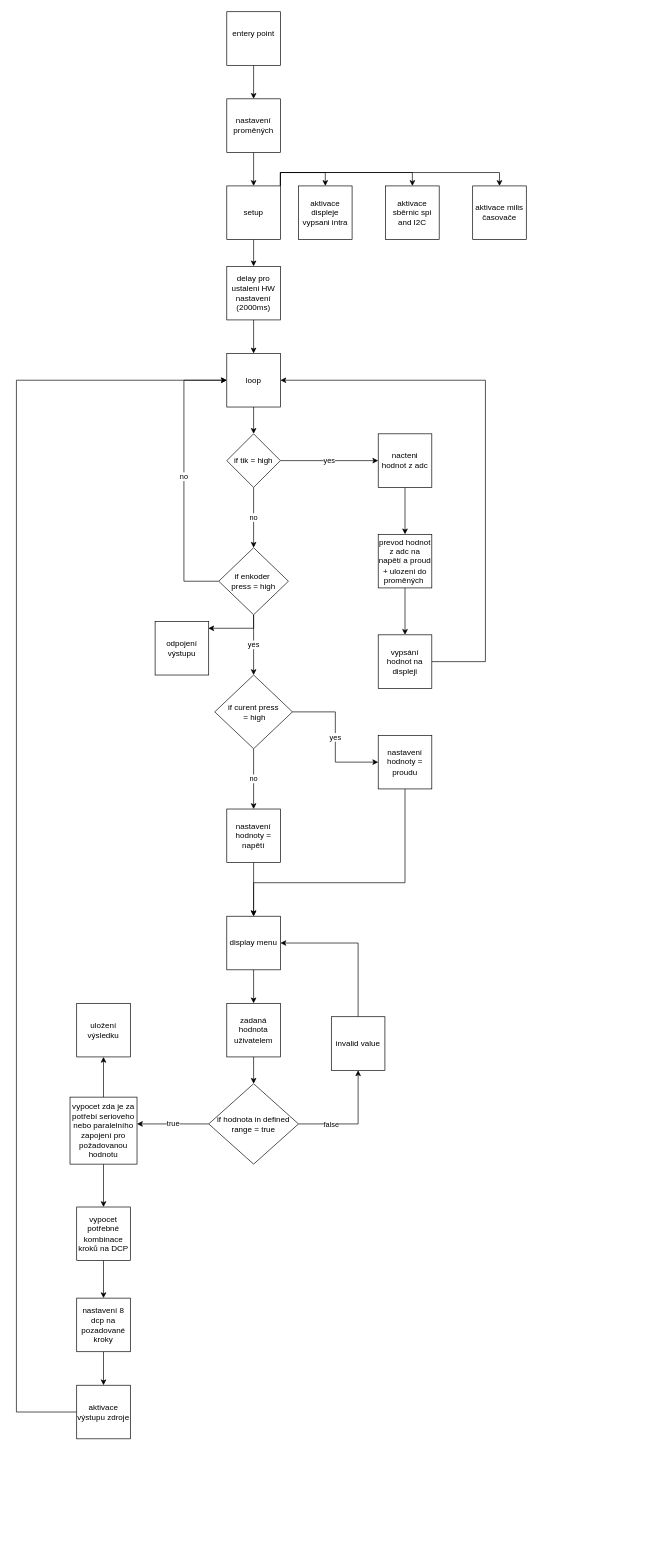
Before: prubezna kontrola/program/prubezny diagram.drawio in ANToNyS21/DMP2025, a draw.io diagram. Source tidied: cells renumbered, new cells numbered last; positions are measured from the earlier drawing's top-left corner, leaving out a move shared by most shapes. Both pictures are drawn from the tidied source at 67%, with x=0, y=0 at pixel (16, 11).
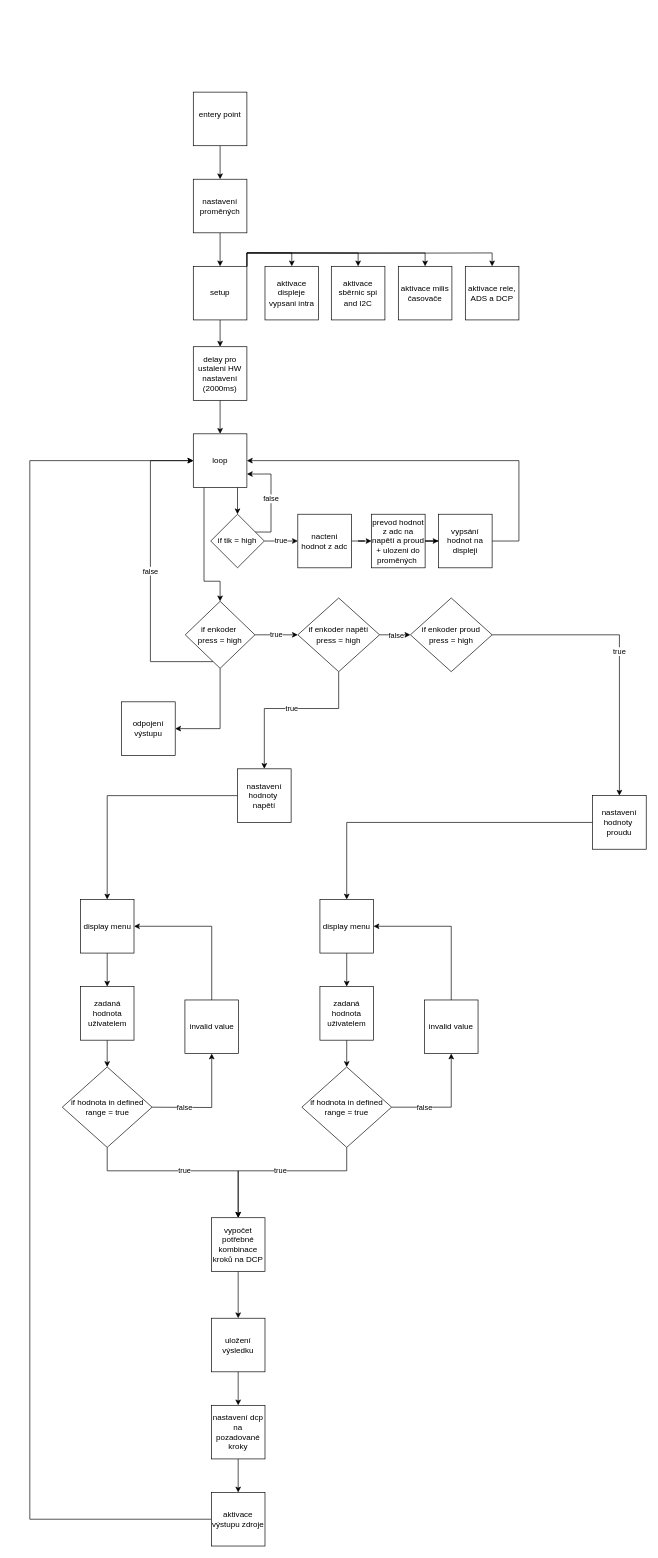
After the change.

The edit, as a diff of the source:
```diff
@@
     <mxCell id="3" value="entery point&lt;div&gt;&lt;br&gt;&lt;/div&gt;" style="whiteSpace=wrap;html=1;" parent="1" vertex="1">
-      <mxGeometry x="314" width="80" height="80" as="geometry" />
+      <mxGeometry x="264" y="120" width="80" height="80" as="geometry" />
     </mxCell>
@@
     <mxCell id="8" value="set&lt;span style=&quot;background-color: initial;&quot;&gt;up&lt;/span&gt;" style="whiteSpace=wrap;html=1;" parent="1" vertex="1">
-      <mxGeometry x="314" y="260" width="80" height="80" as="geometry" />
+      <mxGeometry x="264" y="380" width="80" height="80" as="geometry" />
     </mxCell>
     <mxCell id="9" value="aktivace displeje&lt;div&gt;vypsani intra&lt;/div&gt;" style="whiteSpace=wrap;html=1;" parent="1" vertex="1">
-      <mxGeometry x="421" y="260" width="80" height="80" as="geometry" />
+      <mxGeometry x="371" y="380" width="80" height="80" as="geometry" />
     </mxCell>
     <mxCell id="10" value="aktivace sběrnic spi and I2C" style="whiteSpace=wrap;html=1;" parent="1" vertex="1">
-      <mxGeometry x="551" y="260" width="80" height="80" as="geometry" />
+      <mxGeometry x="470" y="380" width="80" height="80" as="geometry" />
     </mxCell>
@@
     <mxCell id="12" value="delay pro ustaleni HW nastavení&lt;div&gt;(2000ms)&lt;/div&gt;" style="whiteSpace=wrap;html=1;" parent="1" vertex="1">
-      <mxGeometry x="314" y="380" width="80" height="80" as="geometry" />
+      <mxGeometry x="264" y="500" width="80" height="80" as="geometry" />
     </mxCell>
     <mxCell id="13" value="aktivace milis časovače" style="whiteSpace=wrap;html=1;" parent="1" vertex="1">
-      <mxGeometry x="681" y="260" width="80" height="80" as="geometry" />
+      <mxGeometry x="570" y="380" width="80" height="80" as="geometry" />
     </mxCell>
@@
     <mxCell id="15" value="nastavení proměných" style="whiteSpace=wrap;html=1;" parent="1" vertex="1">
-      <mxGeometry x="314" y="130" width="80" height="80" as="geometry" />
+      <mxGeometry x="264" y="250" width="80" height="80" as="geometry" />
     </mxCell>
     <mxCell id="16" style="edgeStyle=orthogonalEdgeStyle;rounded=0;jettySize=auto;html=1;" parent="1" edge="1" source="17" target="20">
-      <mxGeometry relative="1" as="geometry" />
+      <mxGeometry relative="1" as="geometry">
+        <Array as="points">
+          <mxPoint x="330" y="720" />
+          <mxPoint x="330" y="720" />
+        </Array>
+      </mxGeometry>
     </mxCell>
+    <mxCell id="59" style="edgeStyle=orthogonalEdgeStyle;rounded=0;jettySize=auto;html=1;entryX=0.5;entryY=0;entryDx=0;entryDy=0;" parent="1" edge="1" source="17" target="30">
+      <mxGeometry relative="1" as="geometry">
+        <Array as="points">
+          <mxPoint x="280" y="850" />
+          <mxPoint x="304" y="850" />
+        </Array>
+      </mxGeometry>
+    </mxCell>
     <mxCell id="17" value="loop" style="whiteSpace=wrap;html=1;" parent="1" vertex="1">
-      <mxGeometry x="314" y="510" width="80" height="80" as="geometry" />
+      <mxGeometry x="264" y="630" width="80" height="80" as="geometry" />
     </mxCell>
-    <mxCell id="18" value="yes" style="edgeStyle=orthogonalEdgeStyle;rounded=0;jettySize=auto;html=1;" parent="1" edge="1" source="20" target="22">
+    <mxCell id="18" value="true" style="edgeStyle=orthogonalEdgeStyle;rounded=0;jettySize=auto;html=1;" parent="1" edge="1" source="20" target="22">
       <mxGeometry relative="1" as="geometry" />
     </mxCell>
-    <mxCell id="19" value="no" style="edgeStyle=orthogonalEdgeStyle;rounded=0;jettySize=auto;html=1;" parent="1" edge="1" source="20" target="30">
-      <mxGeometry relative="1" as="geometry" />
+    <mxCell id="19" value="false" style="edgeStyle=orthogonalEdgeStyle;rounded=0;jettySize=auto;html=1;entryX=1;entryY=0.75;entryDx=0;entryDy=0;exitX=0.818;exitY=0.332;exitDx=0;exitDy=0;exitPerimeter=0;" parent="1" edge="1" source="20" target="17">
+      <mxGeometry relative="1" as="geometry">
+        <Array as="points">
+          <mxPoint x="380" y="777" />
+          <mxPoint x="380" y="690" />
+        </Array>
+      </mxGeometry>
     </mxCell>
     <mxCell id="20" value="if tik = high" style="rhombus;whiteSpace=wrap;html=1;" parent="1" vertex="1">
-      <mxGeometry x="314" y="630" width="80" height="80" as="geometry" />
+      <mxGeometry x="290" y="750" width="80" height="80" as="geometry" />
     </mxCell>
@@
     <mxCell id="22" value="nacteni hodnot z adc" style="whiteSpace=wrap;html=1;" parent="1" vertex="1">
-      <mxGeometry x="540" y="630" width="80" height="80" as="geometry" />
+      <mxGeometry x="420" y="750" width="80" height="80" as="geometry" />
     </mxCell>
@@
     <mxCell id="24" value="prevod hodnot z adc na napětí a proud + ulozeni do proměných&amp;nbsp;" style="whiteSpace=wrap;html=1;" parent="1" vertex="1">
-      <mxGeometry x="540" y="780" width="80" height="80" as="geometry" />
+      <mxGeometry x="530" y="750" width="80" height="80" as="geometry" />
     </mxCell>
     <mxCell id="25" style="edgeStyle=orthogonalEdgeStyle;rounded=0;jettySize=auto;html=1;entryX=1;entryY=0.5;entryDx=0;entryDy=0;" parent="1" edge="1" source="26" target="17">
       <mxGeometry relative="1" as="geometry">
         <Array as="points">
-          <mxPoint x="700" y="970" />
-          <mxPoint x="700" y="550" />
+          <mxPoint x="750" y="790" />
+          <mxPoint x="750" y="670" />
         </Array>
       </mxGeometry>
     </mxCell>
     <mxCell id="26" value="vypsání hodnot na displeji" style="whiteSpace=wrap;html=1;" parent="1" vertex="1">
-      <mxGeometry x="540" y="930" width="80" height="80" as="geometry" />
+      <mxGeometry x="630" y="750" width="80" height="80" as="geometry" />
     </mxCell>
-    <mxCell id="27" value="no" style="edgeStyle=orthogonalEdgeStyle;rounded=0;jettySize=auto;html=1;entryX=0;entryY=0.5;entryDx=0;entryDy=0;" parent="1" edge="1" source="30" target="17">
+    <mxCell id="27" value="false" style="edgeStyle=orthogonalEdgeStyle;rounded=0;jettySize=auto;html=1;entryX=0;entryY=0.5;entryDx=0;entryDy=0;" parent="1" edge="1" source="30" target="17">
       <mxGeometry relative="1" as="geometry">
         <Array as="points">
-          <mxPoint x="250" y="850" />
-          <mxPoint x="250" y="550" />
+          <mxPoint x="200" y="970" />
+          <mxPoint x="200" y="670" />
         </Array>
       </mxGeometry>
     </mxCell>
-    <mxCell id="28" value="yes" style="edgeStyle=orthogonalEdgeStyle;rounded=0;jettySize=auto;html=1;" parent="1" edge="1" source="30" target="33">
+    <mxCell id="28" value="true" style="edgeStyle=orthogonalEdgeStyle;rounded=0;jettySize=auto;html=1;entryX=0;entryY=0.5;entryDx=0;entryDy=0;" parent="1" edge="1" source="30" target="69">
       <mxGeometry relative="1" as="geometry" />
     </mxCell>
-    <mxCell id="29" style="edgeStyle=orthogonalEdgeStyle;rounded=0;jettySize=auto;html=1;entryX=0.993;entryY=0.128;entryDx=0;entryDy=0;entryPerimeter=0;" parent="1" edge="1" source="30" target="54">
+    <mxCell id="29" style="edgeStyle=orthogonalEdgeStyle;rounded=0;jettySize=auto;html=1;entryX=1;entryY=0.5;entryDx=0;entryDy=0;" parent="1" edge="1" source="30" target="54">
       <mxGeometry relative="1" as="geometry">
         <Array as="points">
-          <mxPoint x="354" y="920" />
-          <mxPoint x="286" y="920" />
+          <mxPoint x="304" y="1070" />
         </Array>
       </mxGeometry>
     </mxCell>
     <mxCell id="30" value="if enkoder&amp;nbsp;&lt;div&gt;press = high&lt;/div&gt;" style="rhombus;whiteSpace=wrap;html=1;" parent="1" vertex="1">
-      <mxGeometry x="302" y="800" width="104" height="100" as="geometry" />
+      <mxGeometry x="252" y="880" width="104" height="100" as="geometry" />
     </mxCell>
-    <mxCell id="31" value="yes" style="edgeStyle=orthogonalEdgeStyle;rounded=0;jettySize=auto;html=1;exitX=1;exitY=0.5;exitDx=0;exitDy=0;entryX=0;entryY=0.5;entryDx=0;entryDy=0;" parent="1" edge="1" source="33" target="35">
-      <mxGeometry relative="1" as="geometry" />
-    </mxCell>
-    <mxCell id="32" value="no" style="edgeStyle=orthogonalEdgeStyle;rounded=0;jettySize=auto;html=1;" parent="1" edge="1" source="33">
-      <mxGeometry relative="1" as="geometry">
-        <mxPoint x="354" y="1190" as="targetPoint" />
-      </mxGeometry>
-    </mxCell>
-    <mxCell id="33" value="if curent press&lt;div&gt;&amp;nbsp;= high&lt;/div&gt;" style="rhombus;whiteSpace=wrap;html=1;" parent="1" vertex="1">
-      <mxGeometry x="296" y="990" width="116" height="110" as="geometry" />
-    </mxCell>
-    <mxCell id="34" style="edgeStyle=orthogonalEdgeStyle;rounded=0;jettySize=auto;html=1;" parent="1" edge="1" source="35" target="37">
-      <mxGeometry relative="1" as="geometry">
-        <Array as="points">
-          <mxPoint x="580" y="1300" />
-          <mxPoint x="354" y="1300" />
-        </Array>
-      </mxGeometry>
-    </mxCell>
+    <mxCell id="60" style="edgeStyle=orthogonalEdgeStyle;rounded=0;jettySize=auto;html=1;entryX=0.5;entryY=0;entryDx=0;entryDy=0;" parent="1" edge="1" source="35" target="73">
+      <mxGeometry relative="1" as="geometry" />
+    </mxCell>
-    <mxCell id="35" value="nastavení hodnoty = proudu" style="whiteSpace=wrap;html=1;" parent="1" vertex="1">
-      <mxGeometry x="540" y="1080" width="80" height="80" as="geometry" />
+    <mxCell id="35" value="nastavení hodnoty&amp;nbsp; proudu" style="whiteSpace=wrap;html=1;" parent="1" vertex="1">
+      <mxGeometry x="860" y="1170" width="80" height="80" as="geometry" />
     </mxCell>
@@
     <mxCell id="37" value="display menu" style="whiteSpace=wrap;html=1;" parent="1" vertex="1">
-      <mxGeometry x="314" y="1350" width="80" height="80" as="geometry" />
+      <mxGeometry x="95.5" y="1325" width="80" height="80" as="geometry" />
     </mxCell>
@@
-    <mxCell id="39" value="nastavení hodnoty = napětí" style="whiteSpace=wrap;html=1;" parent="1" vertex="1">
-      <mxGeometry x="314" y="1190" width="80" height="80" as="geometry" />
+    <mxCell id="39" value="nastavení hodnoty&amp;nbsp; napětí" style="whiteSpace=wrap;html=1;" parent="1" vertex="1">
+      <mxGeometry x="330" y="1130" width="80" height="80" as="geometry" />
     </mxCell>
-    <mxCell id="40" style="edgeStyle=orthogonalEdgeStyle;rounded=0;jettySize=auto;html=1;" parent="1" edge="1" source="41" target="45">
-      <mxGeometry relative="1" as="geometry" />
+    <mxCell id="40" style="edgeStyle=orthogonalEdgeStyle;rounded=0;jettySize=auto;html=1;" parent="1" edge="1" source="41">
+      <mxGeometry relative="1" as="geometry">
+        <mxPoint x="135.5" y="1575" as="targetPoint" />
+      </mxGeometry>
     </mxCell>
     <mxCell id="41" value="zadaná hodnota uživatelem" style="whiteSpace=wrap;html=1;" parent="1" vertex="1">
-      <mxGeometry x="314" y="1480" width="80" height="80" as="geometry" />
+      <mxGeometry x="95.5" y="1455" width="80" height="80" as="geometry" />
     </mxCell>
-    <mxCell id="42" style="edgeStyle=orthogonalEdgeStyle;rounded=0;jettySize=auto;html=1;entryX=0.5;entryY=1;entryDx=0;entryDy=0;" parent="1" edge="1" source="45" target="47">
-      <mxGeometry relative="1" as="geometry" />
+    <mxCell id="42" style="edgeStyle=orthogonalEdgeStyle;rounded=0;jettySize=auto;html=1;entryX=0.5;entryY=1;entryDx=0;entryDy=0;" parent="1" edge="1" target="47">
+      <mxGeometry relative="1" as="geometry">
+        <mxPoint x="202.5" y="1635" as="sourcePoint" />
+      </mxGeometry>
     </mxCell>
@@
-    <mxCell id="44" value="true" style="edgeStyle=orthogonalEdgeStyle;rounded=0;jettySize=auto;html=1;exitX=0;exitY=0.5;exitDx=0;exitDy=0;" parent="1" edge="1" source="45">
-      <mxGeometry relative="1" as="geometry">
-        <mxPoint x="180" y="1660" as="targetPoint" />
-      </mxGeometry>
-    </mxCell>
+    <mxCell id="61" value="true" style="edgeStyle=orthogonalEdgeStyle;rounded=0;jettySize=auto;html=1;entryX=0.5;entryY=0;entryDx=0;entryDy=0;" parent="1" edge="1" source="45" target="53">
+      <mxGeometry relative="1" as="geometry">
+        <Array as="points">
+          <mxPoint x="135" y="1730" />
+          <mxPoint x="331" y="1730" />
+        </Array>
+      </mxGeometry>
+    </mxCell>
     <mxCell id="45" value="if hodnota in defined range = true" style="rhombus;whiteSpace=wrap;html=1;" parent="1" vertex="1">
-      <mxGeometry x="287" y="1600" width="134" height="120" as="geometry" />
+      <mxGeometry x="68.5" y="1575" width="134" height="120" as="geometry" />
     </mxCell>
@@
     <mxCell id="47" value="invalid value" style="whiteSpace=wrap;html=1;" parent="1" vertex="1">
-      <mxGeometry x="470" y="1500" width="80" height="80" as="geometry" />
+      <mxGeometry x="251.5" y="1475" width="80" height="80" as="geometry" />
     </mxCell>
-    <mxCell id="48" style="edgeStyle=orthogonalEdgeStyle;rounded=0;jettySize=auto;html=1;" parent="1" edge="1" source="50" target="51">
-      <mxGeometry relative="1" as="geometry" />
-    </mxCell>
-    <mxCell id="49" style="edgeStyle=orthogonalEdgeStyle;rounded=0;jettySize=auto;html=1;" parent="1" edge="1" source="50" target="53">
-      <mxGeometry relative="1" as="geometry" />
-    </mxCell>
-    <mxCell id="50" value="vypocet zda je za potřebí serioveho nebo paralelního zapojení pro požadovanou hodnotu" style="whiteSpace=wrap;html=1;" parent="1" vertex="1">
-      <mxGeometry x="80" y="1620" width="100" height="100" as="geometry" />
-    </mxCell>
+    <mxCell id="62" style="edgeStyle=orthogonalEdgeStyle;rounded=0;jettySize=auto;html=1;" parent="1" edge="1" source="51" target="56">
+      <mxGeometry relative="1" as="geometry" />
+    </mxCell>
     <mxCell id="51" value="uložení výsledku" style="whiteSpace=wrap;html=1;" parent="1" vertex="1">
-      <mxGeometry x="90" y="1480" width="80" height="80" as="geometry" />
+      <mxGeometry x="291" y="1950" width="80" height="80" as="geometry" />
     </mxCell>
-    <mxCell id="52" style="edgeStyle=orthogonalEdgeStyle;rounded=0;jettySize=auto;html=1;" parent="1" edge="1" source="53" target="56">
-      <mxGeometry relative="1" as="geometry" />
-    </mxCell>
+    <mxCell id="63" style="edgeStyle=orthogonalEdgeStyle;rounded=0;jettySize=auto;html=1;" parent="1" edge="1" source="53" target="51">
+      <mxGeometry relative="1" as="geometry" />
+    </mxCell>
-    <mxCell id="53" value="vypocet potřebné kombinace kroků na DCP" style="whiteSpace=wrap;html=1;" parent="1" vertex="1">
-      <mxGeometry x="90" y="1784" width="80" height="80" as="geometry" />
+    <mxCell id="53" value="vypočet potřebné kombinace kroků na DCP" style="whiteSpace=wrap;html=1;" parent="1" vertex="1">
+      <mxGeometry x="291" y="1800" width="80" height="80" as="geometry" />
     </mxCell>
     <mxCell id="54" value="odpojení výstupu" style="whiteSpace=wrap;html=1;" parent="1" vertex="1">
-      <mxGeometry x="207" y="910" width="80" height="80" as="geometry" />
+      <mxGeometry x="157" y="1030" width="80" height="80" as="geometry" />
     </mxCell>
@@
-    <mxCell id="56" value="nastavení 8 dcp na pozadované kroky" style="whiteSpace=wrap;html=1;" parent="1" vertex="1">
-      <mxGeometry x="90" y="1920" width="80" height="80" as="geometry" />
+    <mxCell id="56" value="nastavení dcp na pozadované kroky" style="whiteSpace=wrap;html=1;" parent="1" vertex="1">
+      <mxGeometry x="291" y="2080" width="80" height="80" as="geometry" />
     </mxCell>
     <mxCell id="57" style="edgeStyle=orthogonalEdgeStyle;rounded=0;jettySize=auto;html=1;entryX=0;entryY=0.5;entryDx=0;entryDy=0;" parent="1" edge="1" source="58" target="17">
       <mxGeometry relative="1" as="geometry">
         <Array as="points">
-          <mxPoint y="2090" />
-          <mxPoint y="550" />
+          <mxPoint x="20" y="2250" />
+          <mxPoint x="20" y="670" />
         </Array>
       </mxGeometry>
     </mxCell>
     <mxCell id="58" value="aktivace výstupu zdroje" style="whiteSpace=wrap;html=1;" parent="1" vertex="1">
-      <mxGeometry x="90" y="2050" width="80" height="80" as="geometry" />
+      <mxGeometry x="291" y="2210" width="80" height="80" as="geometry" />
     </mxCell>
+    <mxCell id="64" value="aktivace rele, ADS a DCP" style="whiteSpace=wrap;html=1;" parent="1" vertex="1">
+      <mxGeometry x="670" y="380" width="80" height="80" as="geometry" />
+    </mxCell>
+    <mxCell id="65" style="edgeStyle=orthogonalEdgeStyle;rounded=0;jettySize=auto;html=1;exitX=1;exitY=0;exitDx=0;exitDy=0;entryX=0.5;entryY=0;entryDx=0;entryDy=0;" parent="1" edge="1" target="64">
+      <mxGeometry relative="1" as="geometry">
+        <mxPoint x="344" y="360" as="sourcePoint" />
+      </mxGeometry>
+    </mxCell>
+    <mxCell id="66" style="edgeStyle=orthogonalEdgeStyle;rounded=0;jettySize=auto;html=1;" parent="1" edge="1" source="69" target="71">
+      <mxGeometry relative="1" as="geometry" />
+    </mxCell>
+    <mxCell id="67" value="false" style="edgeLabel;html=1;align=center;verticalAlign=middle;" parent="66" vertex="1">
+      <mxGeometry x="0.05" relative="1" as="geometry" />
+    </mxCell>
+    <mxCell id="68" value="true" style="edgeStyle=orthogonalEdgeStyle;rounded=0;jettySize=auto;html=1;entryX=0.5;entryY=0;entryDx=0;entryDy=0;" parent="1" edge="1" source="69" target="39">
+      <mxGeometry x="-0.02" relative="1" as="geometry">
+        <Array as="points">
+          <mxPoint x="481" y="1040" />
+          <mxPoint x="370" y="1040" />
+        </Array>
+      </mxGeometry>
+    </mxCell>
+    <mxCell id="69" value="if enkoder napětí&lt;div&gt;press = high&lt;/div&gt;" style="rhombus;whiteSpace=wrap;html=1;" parent="1" vertex="1">
+      <mxGeometry x="420" y="875" width="122" height="110" as="geometry" />
+    </mxCell>
+    <mxCell id="70" value="true" style="edgeStyle=orthogonalEdgeStyle;rounded=0;jettySize=auto;html=1;entryX=0.5;entryY=0;entryDx=0;entryDy=0;" parent="1" edge="1" source="71" target="35">
+      <mxGeometry relative="1" as="geometry" />
+    </mxCell>
+    <mxCell id="71" value="if enkoder proud&lt;div&gt;press = high&lt;/div&gt;" style="rhombus;whiteSpace=wrap;html=1;" parent="1" vertex="1">
+      <mxGeometry x="588" y="875" width="122" height="110" as="geometry" />
+    </mxCell>
+    <mxCell id="72" style="edgeStyle=orthogonalEdgeStyle;rounded=0;jettySize=auto;html=1;" parent="1" edge="1" source="73" target="75">
+      <mxGeometry relative="1" as="geometry" />
+    </mxCell>
+    <mxCell id="73" value="display menu" style="whiteSpace=wrap;html=1;" parent="1" vertex="1">
+      <mxGeometry x="453" y="1325" width="80" height="80" as="geometry" />
+    </mxCell>
+    <mxCell id="74" style="edgeStyle=orthogonalEdgeStyle;rounded=0;jettySize=auto;html=1;" parent="1" edge="1" source="75" target="79">
+      <mxGeometry relative="1" as="geometry" />
+    </mxCell>
+    <mxCell id="75" value="zadaná hodnota uživatelem" style="whiteSpace=wrap;html=1;" parent="1" vertex="1">
+      <mxGeometry x="453" y="1455" width="80" height="80" as="geometry" />
+    </mxCell>
+    <mxCell id="76" style="edgeStyle=orthogonalEdgeStyle;rounded=0;jettySize=auto;html=1;entryX=0.5;entryY=1;entryDx=0;entryDy=0;" parent="1" edge="1" source="79" target="81">
+      <mxGeometry relative="1" as="geometry" />
+    </mxCell>
+    <mxCell id="77" value="false" style="edgeLabel;html=1;align=center;verticalAlign=middle;" parent="76" vertex="1">
+      <mxGeometry x="-0.43" relative="1" as="geometry" />
+    </mxCell>
+    <mxCell id="78" value="true" style="edgeStyle=orthogonalEdgeStyle;rounded=0;jettySize=auto;html=1;entryX=0.5;entryY=0;entryDx=0;entryDy=0;" parent="1" edge="1" source="79" target="53">
+      <mxGeometry relative="1" as="geometry">
+        <Array as="points">
+          <mxPoint x="493" y="1730" />
+          <mxPoint x="331" y="1730" />
+        </Array>
+      </mxGeometry>
+    </mxCell>
+    <mxCell id="79" value="if hodnota in defined range = true" style="rhombus;whiteSpace=wrap;html=1;" parent="1" vertex="1">
+      <mxGeometry x="426" y="1575" width="134" height="120" as="geometry" />
+    </mxCell>
+    <mxCell id="80" style="edgeStyle=orthogonalEdgeStyle;rounded=0;jettySize=auto;html=1;exitX=0.5;exitY=0;exitDx=0;exitDy=0;entryX=1;entryY=0.5;entryDx=0;entryDy=0;" parent="1" edge="1" source="81" target="73">
+      <mxGeometry relative="1" as="geometry" />
+    </mxCell>
+    <mxCell id="81" value="invalid value" style="whiteSpace=wrap;html=1;" parent="1" vertex="1">
+      <mxGeometry x="609" y="1475" width="80" height="80" as="geometry" />
+    </mxCell>
```
